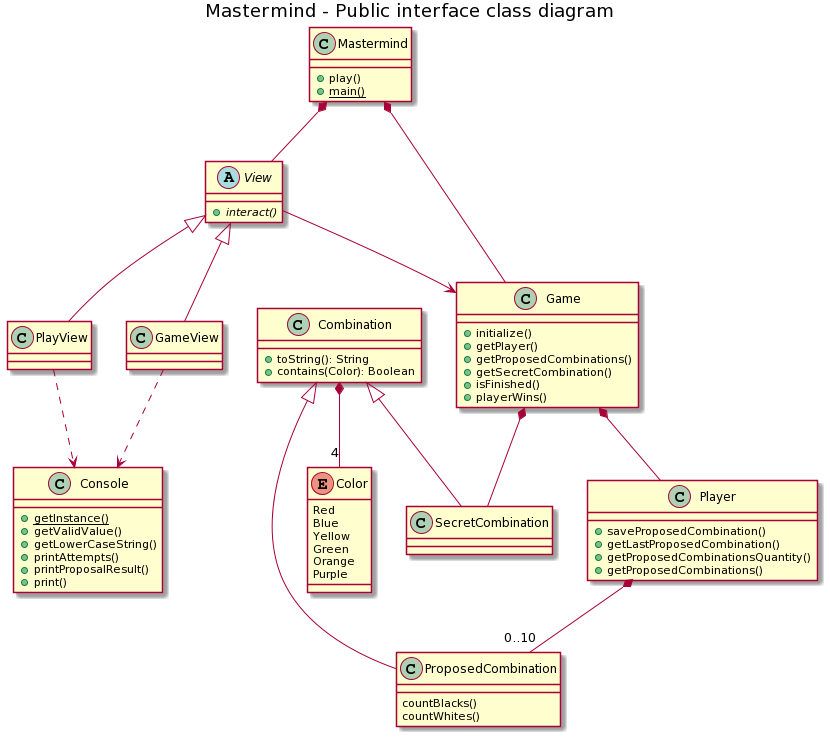
Earlier version of the PlantUML export mastermind-public-interface.png (Master-Desarrollo-20-21/diseno-oo-ejercicio2-mastermind-document-view-ferllop). Source of this version:
```plantuml
@startuml
title Mastermind - Public interface class diagram

class Mastermind {
    +play()
    +{static} main()
}
Mastermind *-- Game
Mastermind *-- View

class Game {
    +initialize()
    +getPlayer()
    +getProposedCombinations()
    +getSecretCombination()
    +isFinished()
    +playerWins()
}
Game *-- SecretCombination
Game *-- Player

class Combination{
    +toString(): String
    +contains(Color): Boolean
}
Combination *-- "4" Color
Combination <|-- SecretCombination
Combination <|-- ProposedCombination

class ProposedCombination {
    countBlacks()
    countWhites()
}

class Player {
    +saveProposedCombination()
    +getLastProposedCombination()
    +getProposedCombinationsQuantity()
    +getProposedCombinations()
}
Player *-- "0..10"ProposedCombination

Enum Color {
    Red
    Blue
    Yellow
    Green
    Orange
    Purple
}


abstract class View {
    +{abstract}interact()
}
View <|-- GameView
View <|-- PlayView
View --> Game

class Console {
    +{static}getInstance()
    +getValidValue()
    +getLowerCaseString()
    +printAttempts()
    +printProposalResult()
    +print()
}
GameView ..> Console
PlayView ..> Console
@enduml
```
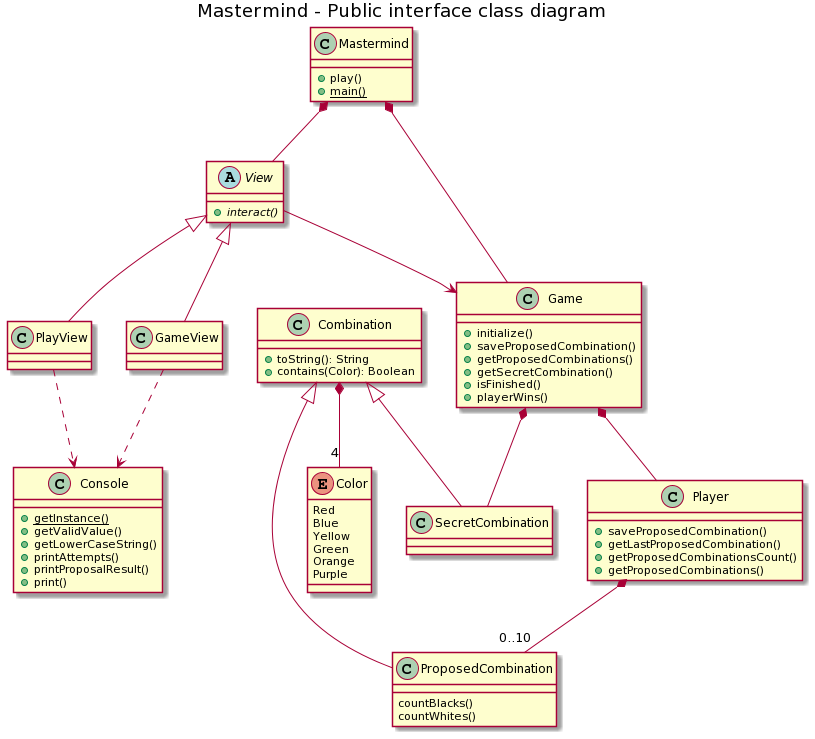
The same file after the commit.

What changed in the source:
```diff
@@ -10,7 +10,7 @@
 
 class Game {
     +initialize()
-    +getPlayer()
+    +saveProposedCombination()
     +getProposedCombinations()
     +getSecretCombination()
     +isFinished()
@@ -35,7 +35,7 @@
 class Player {
     +saveProposedCombination()
     +getLastProposedCombination()
-    +getProposedCombinationsQuantity()
+    +getProposedCombinationsCount()
     +getProposedCombinations()
 }
 Player *-- "0..10"ProposedCombination
```
